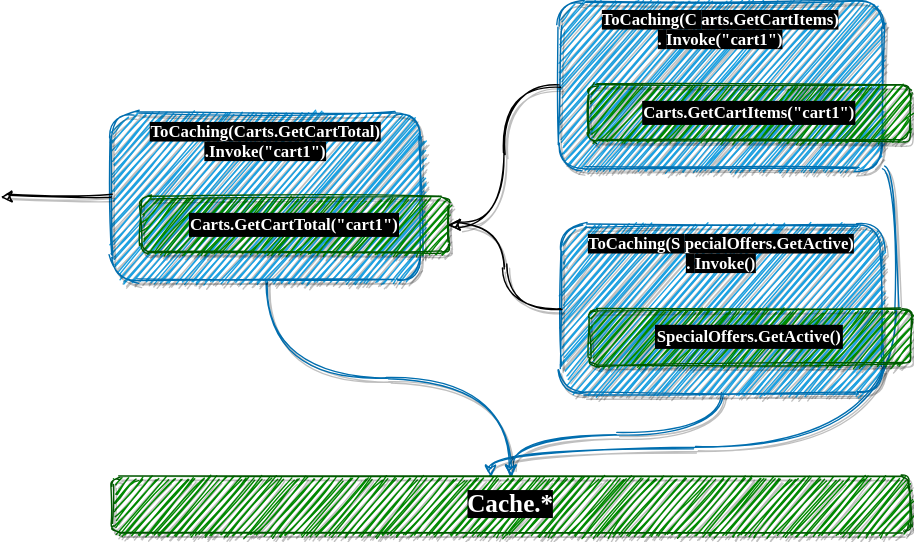
Earlier version of the draw.io export Slides/Fusion_v2/diagrams/caching-decorator/2.dio.svg (alexyakunin/Stl.Fusion.Materials). Source tidied: cells renumbered, new cells last; positions are measured from the earlier drawing's top-left corner, leaving out a move shared by most shapes.
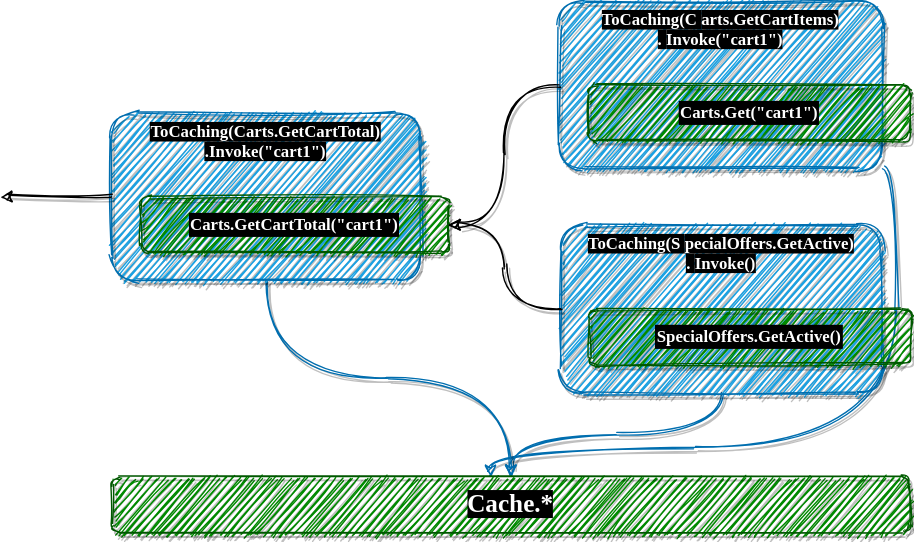
The same file after the commit.

Diff of the diagram source:
```diff
@@ -38,7 +38,7 @@
     <mxCell id="10" style="edgeStyle=orthogonalEdgeStyle;jettySize=auto;html=1;exitX=0;exitY=0.5;exitDx=0;exitDy=0;entryX=1;entryY=0.5;entryDx=0;entryDy=0;sketch=1;curved=1;shadow=1;" parent="1" edge="1" source="5" target="9">
       <mxGeometry relative="1" as="geometry" />
     </mxCell>
-    <mxCell id="11" value="Carts.GetCartItems(&quot;cart1&quot;)" style="whiteSpace=wrap;html=1;fillColor=#008a00;strokeColor=#005700;fontColor=#ffffff;fontFamily=Comic Sans MS;fontStyle=1;labelBackgroundColor=#000000;labelBorderColor=#000000;strokeWidth=1;perimeterSpacing=0;shadow=1;glass=0;sketch=1;rounded=1;" parent="1" vertex="1">
+    <mxCell id="11" value="Carts.Get(&quot;cart1&quot;)" style="whiteSpace=wrap;html=1;fillColor=#008a00;strokeColor=#005700;fontColor=#ffffff;fontFamily=Comic Sans MS;fontStyle=1;labelBackgroundColor=#000000;labelBorderColor=#000000;strokeWidth=1;perimeterSpacing=0;shadow=1;glass=0;sketch=1;rounded=1;" parent="1" vertex="1">
       <mxGeometry x="420" y="60" width="230" height="40" as="geometry" />
     </mxCell>
     <mxCell id="12" style="edgeStyle=orthogonalEdgeStyle;jettySize=auto;html=1;exitX=0;exitY=0.5;exitDx=0;exitDy=0;entryX=1;entryY=0.5;entryDx=0;entryDy=0;sketch=1;curved=1;shadow=1;" parent="1" edge="1" source="3" target="9">
```
